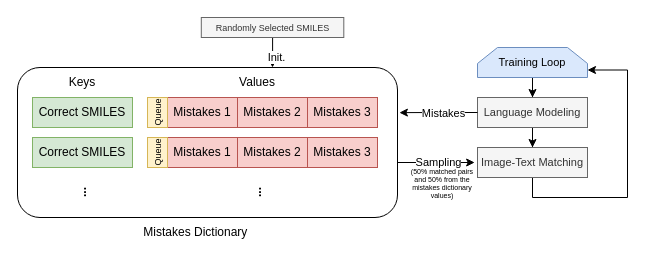
The draw.io diagram selfnegative.drawio in weathon/3d2smile, before the edit. Source tidied: cells renumbered, new cells numbered last; positions are measured from the earlier drawing's top-left corner, leaving out a move shared by most shapes. Both pictures are drawn from the tidied source at 100%, with x=0, y=0 at pixel (17, 17).
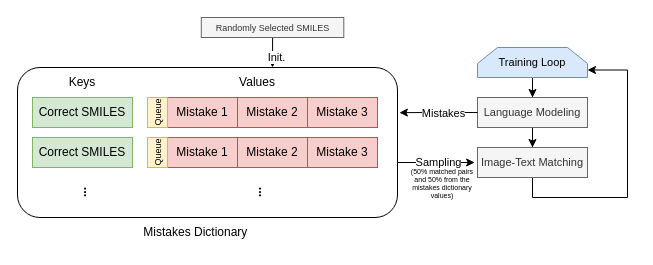
After the change.

The edit, as a diff of the source:
```diff
@@
-    <mxCell id="5" value="Mistakes 1" style="rounded=0;whiteSpace=wrap;html=1;fillColor=#f8cecc;strokeColor=#b85450;" parent="1" vertex="1">
+    <mxCell id="5" value="Mistake 1" style="rounded=0;whiteSpace=wrap;html=1;fillColor=#f8cecc;strokeColor=#b85450;" parent="1" vertex="1">
       <mxGeometry x="150" y="80" width="70" height="30" as="geometry" />
     </mxCell>
-    <mxCell id="6" value="Mistakes 2" style="rounded=0;whiteSpace=wrap;html=1;fillColor=#f8cecc;strokeColor=#b85450;" parent="1" vertex="1">
+    <mxCell id="6" value="Mistake 2" style="rounded=0;whiteSpace=wrap;html=1;fillColor=#f8cecc;strokeColor=#b85450;" parent="1" vertex="1">
       <mxGeometry x="220" y="80" width="70" height="30" as="geometry" />
     </mxCell>
-    <mxCell id="7" value="Mistakes 3" style="rounded=0;whiteSpace=wrap;html=1;fillColor=#f8cecc;strokeColor=#b85450;" parent="1" vertex="1">
+    <mxCell id="7" value="Mistake 3" style="rounded=0;whiteSpace=wrap;html=1;fillColor=#f8cecc;strokeColor=#b85450;" parent="1" vertex="1">
       <mxGeometry x="290" y="80" width="70" height="30" as="geometry" />
     </mxCell>
@@
-    <mxCell id="12" value="Mistakes 1" style="rounded=0;whiteSpace=wrap;html=1;fillColor=#f8cecc;strokeColor=#b85450;" parent="1" vertex="1">
+    <mxCell id="12" value="Mistake 1" style="rounded=0;whiteSpace=wrap;html=1;fillColor=#f8cecc;strokeColor=#b85450;" parent="1" vertex="1">
       <mxGeometry x="150" y="120" width="70" height="30" as="geometry" />
     </mxCell>
-    <mxCell id="13" value="Mistakes 2" style="rounded=0;whiteSpace=wrap;html=1;fillColor=#f8cecc;strokeColor=#b85450;" parent="1" vertex="1">
+    <mxCell id="13" value="Mistake 2" style="rounded=0;whiteSpace=wrap;html=1;fillColor=#f8cecc;strokeColor=#b85450;" parent="1" vertex="1">
       <mxGeometry x="220" y="120" width="70" height="30" as="geometry" />
     </mxCell>
-    <mxCell id="14" value="Mistakes 3" style="rounded=0;whiteSpace=wrap;html=1;fillColor=#f8cecc;strokeColor=#b85450;" parent="1" vertex="1">
+    <mxCell id="14" value="Mistake 3" style="rounded=0;whiteSpace=wrap;html=1;fillColor=#f8cecc;strokeColor=#b85450;" parent="1" vertex="1">
       <mxGeometry x="290" y="120" width="70" height="30" as="geometry" />
     </mxCell>
```
